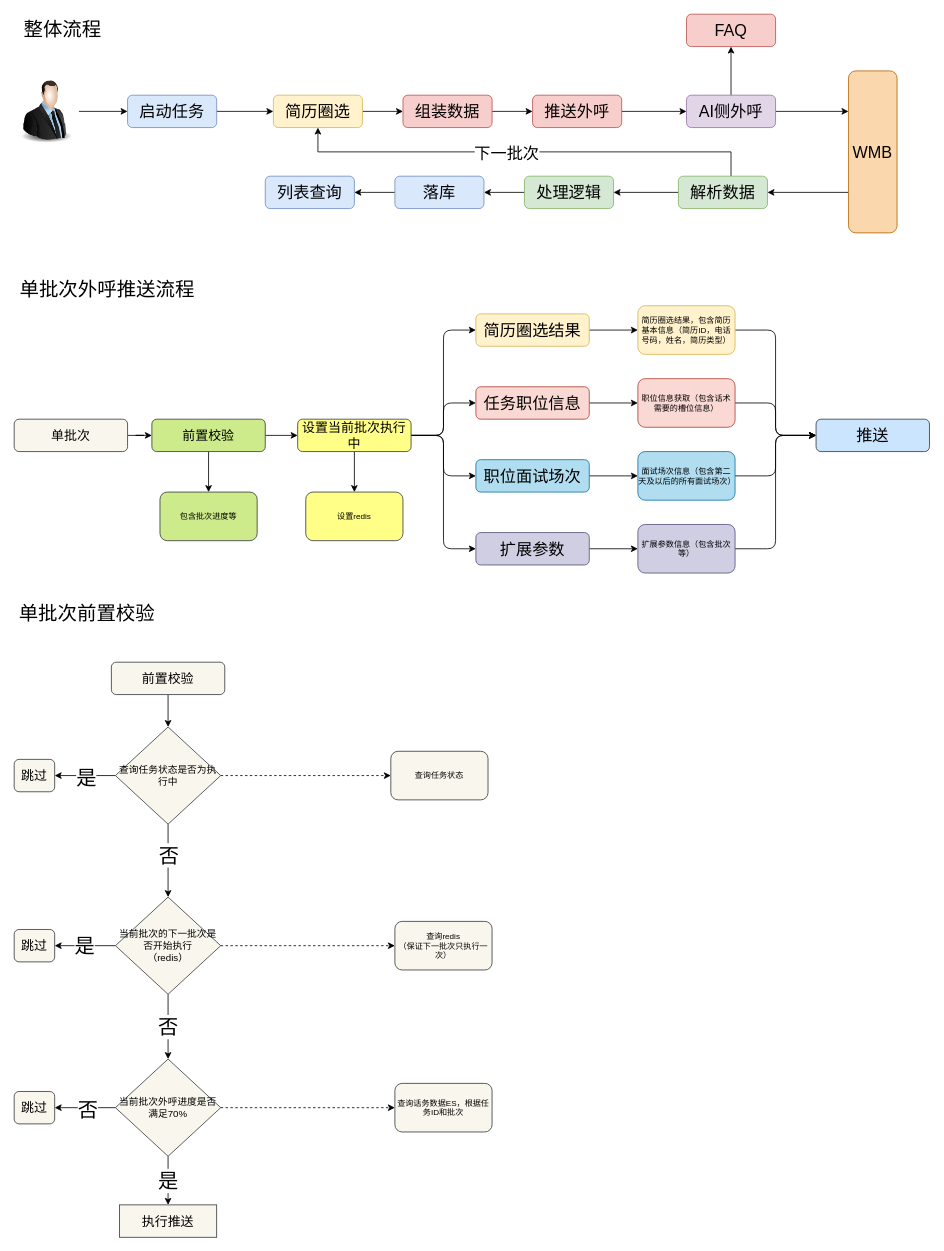
LuOyEbY/draw-b keeps this draw.io diagram as AI智能外呼.drawio. Above is the earlier version. Source tidied: cells renumbered, new cells numbered last; positions are measured from the earlier drawing's top-left corner, leaving out a move shared by most shapes. Both pictures are drawn from the tidied source at 81%, with x=0, y=0 at pixel (14, 14).
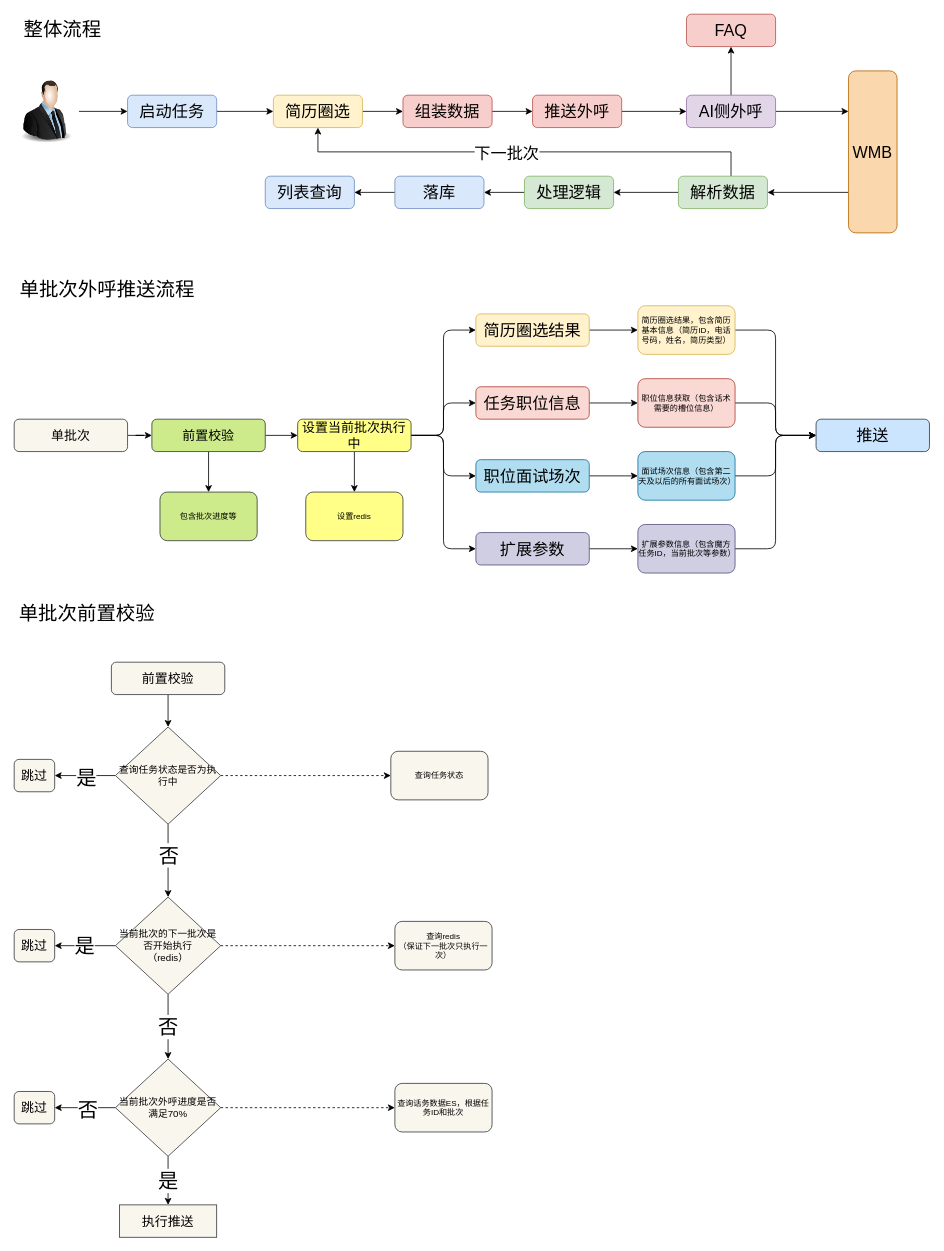
The same page after the edit.

Commit message (it also covers changes not shown here):
更新AI智能外呼.drawio

Diff of the diagram source:
```diff
@@
-    <mxCell id="51" value="扩展参数信息（包含批次等）" style="rounded=1;whiteSpace=wrap;html=1;fontSize=10;fillColor=#d0cee2;strokeColor=#56517e;labelBackgroundColor=none;" parent="1" vertex="1">
+    <mxCell id="51" value="扩展参数信息（包含魔方任务ID，当前批次等参数）" style="rounded=1;whiteSpace=wrap;html=1;fontSize=10;fillColor=#d0cee2;strokeColor=#56517e;labelBackgroundColor=none;" parent="1" vertex="1">
       <mxGeometry x="770" y="630" width="120" height="60" as="geometry" />
     </mxCell>
```
